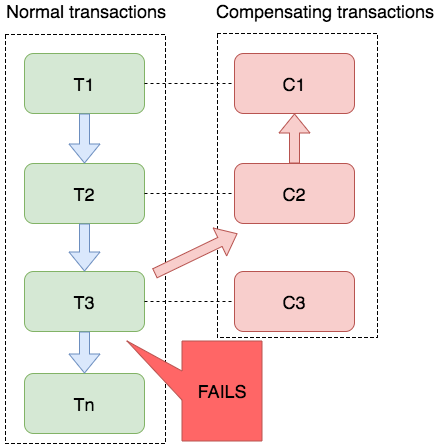
The draw.io diagram img/saga/sagas.png in apache/incubator-seata-website, before a commit. Source tidied: cells renumbered, new cells last; positions are measured from the earlier drawing's top-left corner, leaving out a move shared by most shapes. Source of this version:
```xml
<mxGraphModel>
  <root>
    <mxCell id="0" />
    <mxCell id="1" parent="0" />
    <mxCell id="2" style="rounded=0;whiteSpace=wrap;html=1;dashed=1;fontSize=18;" parent="1" vertex="1">
      <mxGeometry x="217" y="33" width="160" height="304" as="geometry" />
    </mxCell>
    <mxCell id="3" style="rounded=0;whiteSpace=wrap;html=1;dashed=1;fontSize=18;" parent="1" vertex="1">
      <mxGeometry x="5" y="34" width="160" height="409" as="geometry" />
    </mxCell>
    <mxCell id="4" value="T1" style="rounded=1;whiteSpace=wrap;html=1;fontSize=18;fillColor=#d5e8d4;strokeColor=#82b366;" parent="1" vertex="1">
      <mxGeometry x="24" y="53" width="120" height="60" as="geometry" />
    </mxCell>
    <mxCell id="5" style="edgeStyle=orthogonalEdgeStyle;rounded=0;jettySize=auto;html=1;fontSize=18;" parent="1" edge="1" source="6" target="4">
      <mxGeometry relative="1" as="geometry" />
    </mxCell>
    <mxCell id="6" value="T2" style="rounded=1;whiteSpace=wrap;html=1;fontSize=18;fillColor=#d5e8d4;strokeColor=#82b366;" parent="1" vertex="1">
      <mxGeometry x="24" y="163" width="120" height="60" as="geometry" />
    </mxCell>
    <mxCell id="7" value="T3" style="rounded=1;whiteSpace=wrap;html=1;fontSize=18;fillColor=#d5e8d4;strokeColor=#82b366;" parent="1" vertex="1">
      <mxGeometry x="24" y="271" width="120" height="60" as="geometry" />
    </mxCell>
    <mxCell id="8" value="Tn" style="rounded=1;whiteSpace=wrap;html=1;fontSize=18;fillColor=#d5e8d4;strokeColor=#82b366;" parent="1" vertex="1">
      <mxGeometry x="24" y="373" width="120" height="60" as="geometry" />
    </mxCell>
    <mxCell id="9" style="shape=flexArrow;endArrow=classic;html=1;fontSize=18;exitX=0.5;exitY=1;exitDx=0;exitDy=0;fillColor=#dae8fc;strokeColor=#6c8ebf;" parent="1" edge="1" source="4" target="6">
      <mxGeometry relative="1" as="geometry" />
    </mxCell>
    <mxCell id="10" style="shape=flexArrow;endArrow=classic;html=1;fontSize=18;exitX=0.5;exitY=1;exitDx=0;exitDy=0;entryX=0.5;entryY=0;entryDx=0;entryDy=0;fillColor=#dae8fc;strokeColor=#6c8ebf;" parent="1" edge="1" source="6" target="7">
      <mxGeometry relative="1" as="geometry" />
    </mxCell>
    <mxCell id="11" style="shape=flexArrow;endArrow=classic;html=1;fontSize=18;entryX=0.5;entryY=0;entryDx=0;entryDy=0;exitX=0.5;exitY=1;exitDx=0;exitDy=0;fillColor=#dae8fc;strokeColor=#6c8ebf;" parent="1" edge="1" source="7" target="8">
      <mxGeometry relative="1" as="geometry" />
    </mxCell>
    <mxCell id="12" value="C1" style="rounded=1;whiteSpace=wrap;html=1;fontSize=18;fillColor=#f8cecc;strokeColor=#b85450;" parent="1" vertex="1">
      <mxGeometry x="234" y="53" width="120" height="60" as="geometry" />
    </mxCell>
    <mxCell id="13" value="C2" style="rounded=1;whiteSpace=wrap;html=1;fontSize=18;fillColor=#f8cecc;strokeColor=#b85450;" parent="1" vertex="1">
      <mxGeometry x="234" y="163" width="120" height="60" as="geometry" />
    </mxCell>
    <mxCell id="14" value="C3" style="rounded=1;whiteSpace=wrap;html=1;fontSize=18;fillColor=#f8cecc;strokeColor=#b85450;" parent="1" vertex="1">
      <mxGeometry x="234" y="271" width="120" height="60" as="geometry" />
    </mxCell>
    <mxCell id="15" style="endArrow=none;dashed=1;html=1;fontSize=18;exitX=1;exitY=0.5;exitDx=0;exitDy=0;entryX=0;entryY=0.5;entryDx=0;entryDy=0;" parent="1" edge="1" source="4" target="12">
      <mxGeometry relative="1" as="geometry" />
    </mxCell>
    <mxCell id="16" style="endArrow=none;dashed=1;html=1;fontSize=18;entryX=0;entryY=0.5;entryDx=0;entryDy=0;exitX=1;exitY=0.5;exitDx=0;exitDy=0;" parent="1" edge="1" source="6" target="13">
      <mxGeometry relative="1" as="geometry" />
    </mxCell>
    <mxCell id="17" style="endArrow=none;dashed=1;html=1;fontSize=18;entryX=0;entryY=0.5;entryDx=0;entryDy=0;exitX=1;exitY=0.5;exitDx=0;exitDy=0;" parent="1" edge="1" source="7" target="14">
      <mxGeometry relative="1" as="geometry" />
    </mxCell>
    <mxCell id="18" value="FAILS" style="shape=callout;whiteSpace=wrap;html=1;perimeter=calloutPerimeter;fontSize=18;position2=0;rotation=90;fillColor=#FF6666;strokeColor=#b85450;horizontal=0;size=55;position=0.3;base=29;" parent="1" vertex="1">
      <mxGeometry x="144" y="323" width="100" height="135" as="geometry" />
    </mxCell>
    <mxCell id="19" style="shape=flexArrow;endArrow=classic;html=1;fontSize=18;exitX=0.5;exitY=0;exitDx=0;exitDy=0;fillColor=#f8cecc;strokeColor=#b85450;entryX=0.5;entryY=1;entryDx=0;entryDy=0;" parent="1" edge="1" source="13" target="12">
      <mxGeometry relative="1" as="geometry" />
    </mxCell>
    <mxCell id="20" style="shape=flexArrow;endArrow=classic;html=1;fontSize=18;fillColor=#f8cecc;strokeColor=#b85450;entryX=0.125;entryY=0.658;entryDx=0;entryDy=0;entryPerimeter=0;" parent="1" edge="1" target="2">
      <mxGeometry relative="1" as="geometry">
        <mxPoint x="154" y="273" as="sourcePoint" />
      </mxGeometry>
    </mxCell>
    <mxCell id="21" value="Normal transactions" style="text;html=1;strokeColor=none;fillColor=none;align=center;verticalAlign=middle;whiteSpace=wrap;rounded=0;fontSize=18;" parent="1" vertex="1">
      <mxGeometry width="170" height="20" as="geometry" />
    </mxCell>
    <mxCell id="22" value="Compensating transactions" style="text;html=1;strokeColor=none;fillColor=none;align=center;verticalAlign=middle;whiteSpace=wrap;rounded=0;fontSize=18;" parent="1" vertex="1">
      <mxGeometry x="204" width="240" height="20" as="geometry" />
    </mxCell>
  </root>
</mxGraphModel>
```
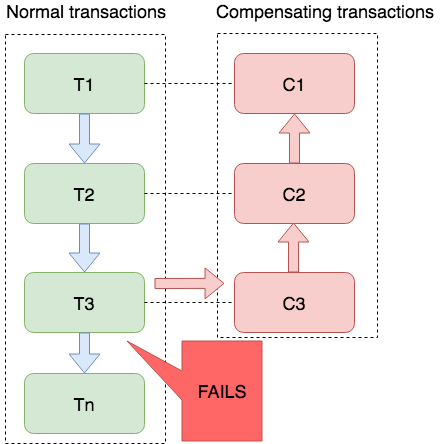
Later version of the same file.

Diff of the diagram source:
```diff
@@ -18,7 +18,7 @@
       <mxGeometry x="24" y="163" width="120" height="60" as="geometry" />
     </mxCell>
     <mxCell id="7" value="T3" style="rounded=1;whiteSpace=wrap;html=1;fontSize=18;fillColor=#d5e8d4;strokeColor=#82b366;" parent="1" vertex="1">
-      <mxGeometry x="24" y="271" width="120" height="60" as="geometry" />
+      <mxGeometry x="24" y="272" width="120" height="60" as="geometry" />
     </mxCell>
     <mxCell id="8" value="Tn" style="rounded=1;whiteSpace=wrap;html=1;fontSize=18;fillColor=#d5e8d4;strokeColor=#82b366;" parent="1" vertex="1">
       <mxGeometry x="24" y="373" width="120" height="60" as="geometry" />
@@ -39,7 +39,7 @@
       <mxGeometry x="234" y="163" width="120" height="60" as="geometry" />
     </mxCell>
     <mxCell id="14" value="C3" style="rounded=1;whiteSpace=wrap;html=1;fontSize=18;fillColor=#f8cecc;strokeColor=#b85450;" parent="1" vertex="1">
-      <mxGeometry x="234" y="271" width="120" height="60" as="geometry" />
+      <mxGeometry x="234" y="272" width="120" height="60" as="geometry" />
     </mxCell>
     <mxCell id="15" style="endArrow=none;dashed=1;html=1;fontSize=18;exitX=1;exitY=0.5;exitDx=0;exitDy=0;entryX=0;entryY=0.5;entryDx=0;entryDy=0;" parent="1" edge="1" source="4" target="12">
       <mxGeometry relative="1" as="geometry" />
@@ -56,9 +56,9 @@
     <mxCell id="19" style="shape=flexArrow;endArrow=classic;html=1;fontSize=18;exitX=0.5;exitY=0;exitDx=0;exitDy=0;fillColor=#f8cecc;strokeColor=#b85450;entryX=0.5;entryY=1;entryDx=0;entryDy=0;" parent="1" edge="1" source="13" target="12">
       <mxGeometry relative="1" as="geometry" />
     </mxCell>
-    <mxCell id="20" style="shape=flexArrow;endArrow=classic;html=1;fontSize=18;fillColor=#f8cecc;strokeColor=#b85450;entryX=0.125;entryY=0.658;entryDx=0;entryDy=0;entryPerimeter=0;" parent="1" edge="1" target="2">
+    <mxCell id="20" style="shape=flexArrow;endArrow=classic;html=1;fontSize=18;fillColor=#f8cecc;strokeColor=#b85450;entryX=0.044;entryY=0.822;entryDx=0;entryDy=0;entryPerimeter=0;" parent="1" edge="1" target="2">
       <mxGeometry relative="1" as="geometry">
-        <mxPoint x="154" y="273" as="sourcePoint" />
+        <mxPoint x="154" y="283" as="sourcePoint" />
       </mxGeometry>
     </mxCell>
     <mxCell id="21" value="Normal transactions" style="text;html=1;strokeColor=none;fillColor=none;align=center;verticalAlign=middle;whiteSpace=wrap;rounded=0;fontSize=18;" parent="1" vertex="1">
@@ -67,5 +67,11 @@
     <mxCell id="22" value="Compensating transactions" style="text;html=1;strokeColor=none;fillColor=none;align=center;verticalAlign=middle;whiteSpace=wrap;rounded=0;fontSize=18;" parent="1" vertex="1">
       <mxGeometry x="204" width="240" height="20" as="geometry" />
     </mxCell>
+    <mxCell id="23" style="shape=flexArrow;endArrow=classic;html=1;fontSize=18;fillColor=#f8cecc;strokeColor=#b85450;entryX=0.5;entryY=1;entryDx=0;entryDy=0;" parent="1" edge="1">
+      <mxGeometry relative="1" as="geometry">
+        <mxPoint x="293" y="272" as="sourcePoint" />
+        <mxPoint x="293" y="222" as="targetPoint" />
+      </mxGeometry>
+    </mxCell>
   </root>
 </mxGraphModel>
```
